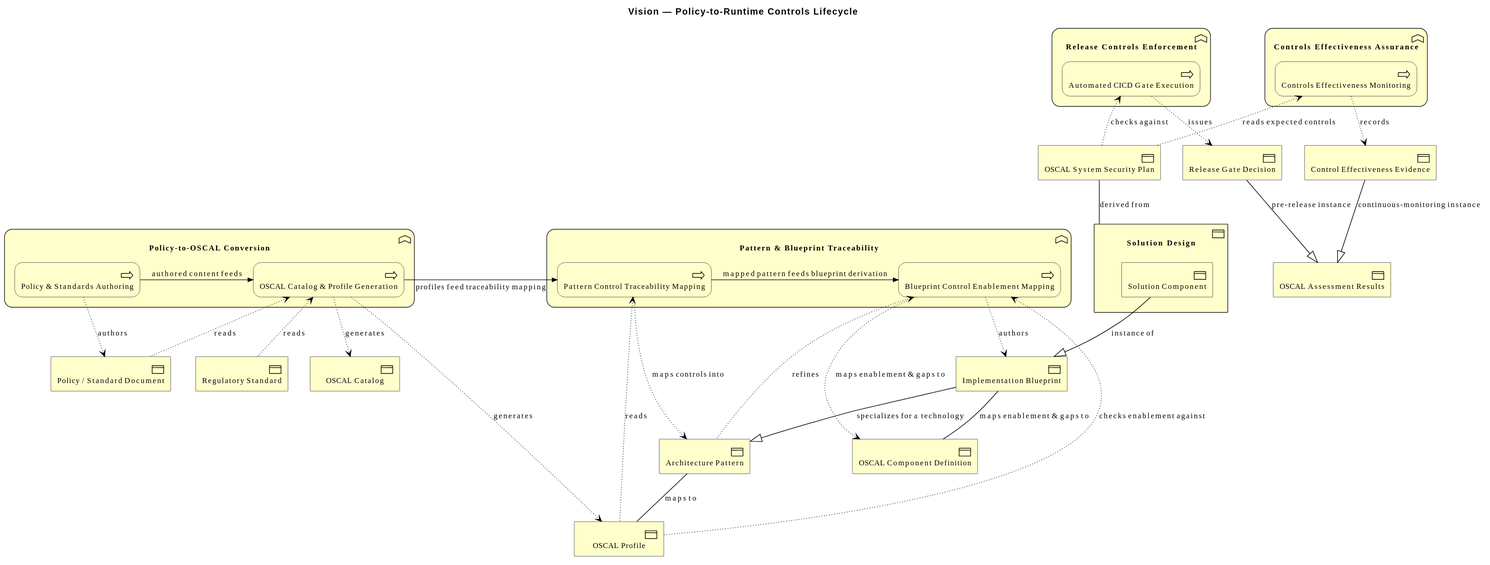
wolffy-au/frictionless-architect keeps this PlantUML diagram as architecture/model/diagrams/vision/controls-lifecycle.svg. Above is the earlier version.
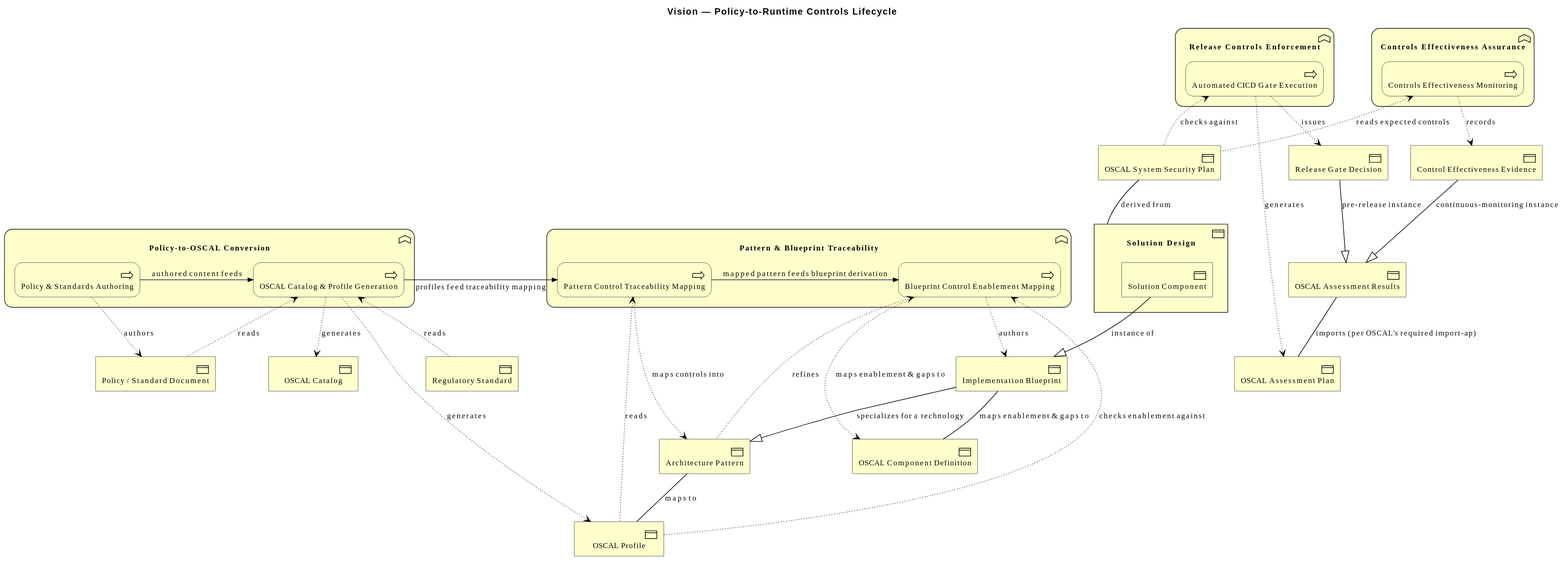
After the change.

Commit message:
feat(model): add OSCAL Assessment Plan sidecar to the pre-release gate check

Change to the diagram source:
```diff
@@ -28,6 +28,7 @@
   Business_Object(e_id42defa6a190855, "Solution Component")
 }
 Business_Object(e_ide1231d147af05e, "OSCAL System Security Plan")
+Business_Object(e_idb990615e712f57, "OSCAL Assessment Plan")
 Business_Object(e_id9f8a83bba77b50, "OSCAL Assessment Results")
 Business_Object(e_id8a58348ab4605a, "Release Gate Decision")
 Business_Object(e_idca68dd43dc1854, "Control Effectiveness Evidence")
@@ -52,9 +53,11 @@
 Rel_Specialization(e_id42defa6a190855, e_id41a01cbfc25b5a, "instance of")
 Rel_Association(e_ide1231d147af05e, e_id4b5ad5a2100656, "derived from")
 Rel_Access_r(e_id799f46ebb7e15b, e_ide1231d147af05e, "checks against")
+Rel_Access_w(e_id799f46ebb7e15b, e_idb990615e712f57, "generates")
 Rel_Access_w(e_id799f46ebb7e15b, e_id8a58348ab4605a, "issues")
 Rel_Access_r(e_id18a08f8aff8057, e_ide1231d147af05e, "reads expected controls")
 Rel_Access_w(e_id18a08f8aff8057, e_idca68dd43dc1854, "records")
+Rel_Association(e_id9f8a83bba77b50, e_idb990615e712f57, "imports (per OSCAL's required import-ap)")
 Rel_Specialization(e_id8a58348ab4605a, e_id9f8a83bba77b50, "pre-release instance")
 Rel_Specialization(e_idca68dd43dc1854, e_id9f8a83bba77b50, "continuous-monitoring instance")
 @enduml
```
